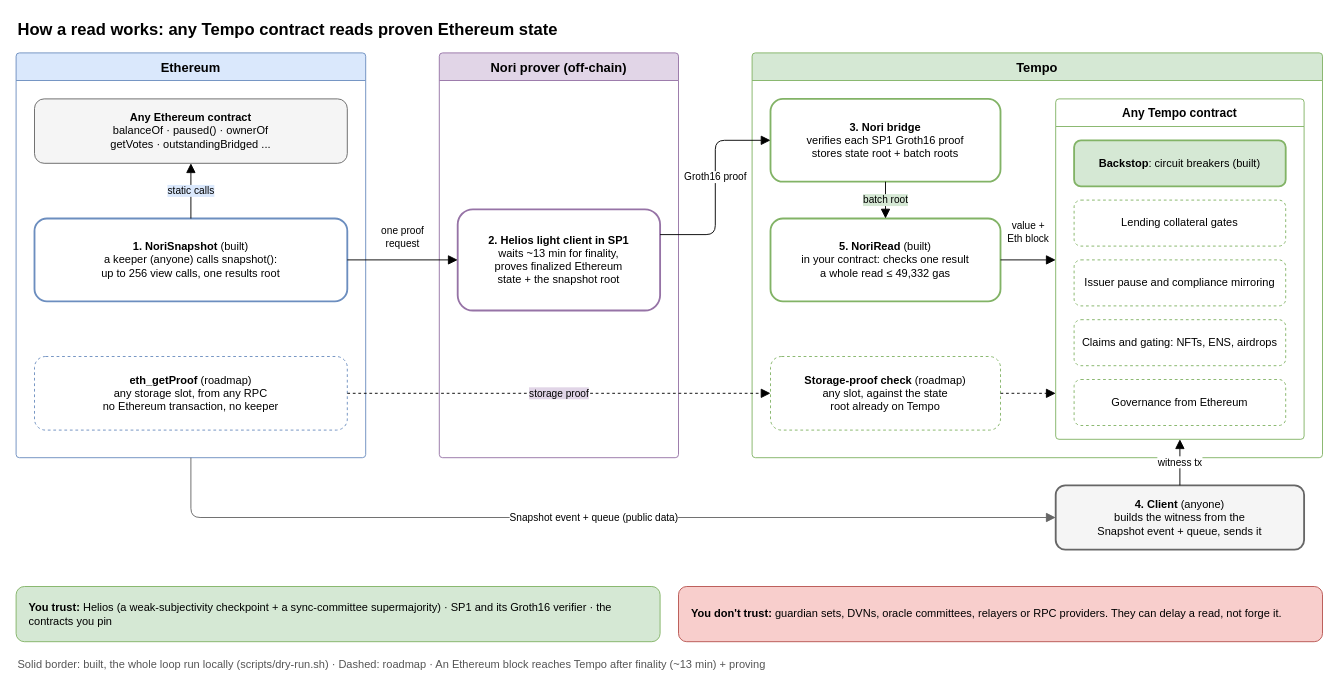
This is docs/how-it-works.drawio from Nori-zk/nori-worldsfair-submission-tempo, a draw.io file, before an edit. Source tidied: cells renumbered, new cells numbered last; positions are measured from the earlier drawing's top-left corner, leaving out a move shared by most shapes. Both pictures are drawn from the tidied source at 92%, with x=0, y=0 at pixel (16, 16).
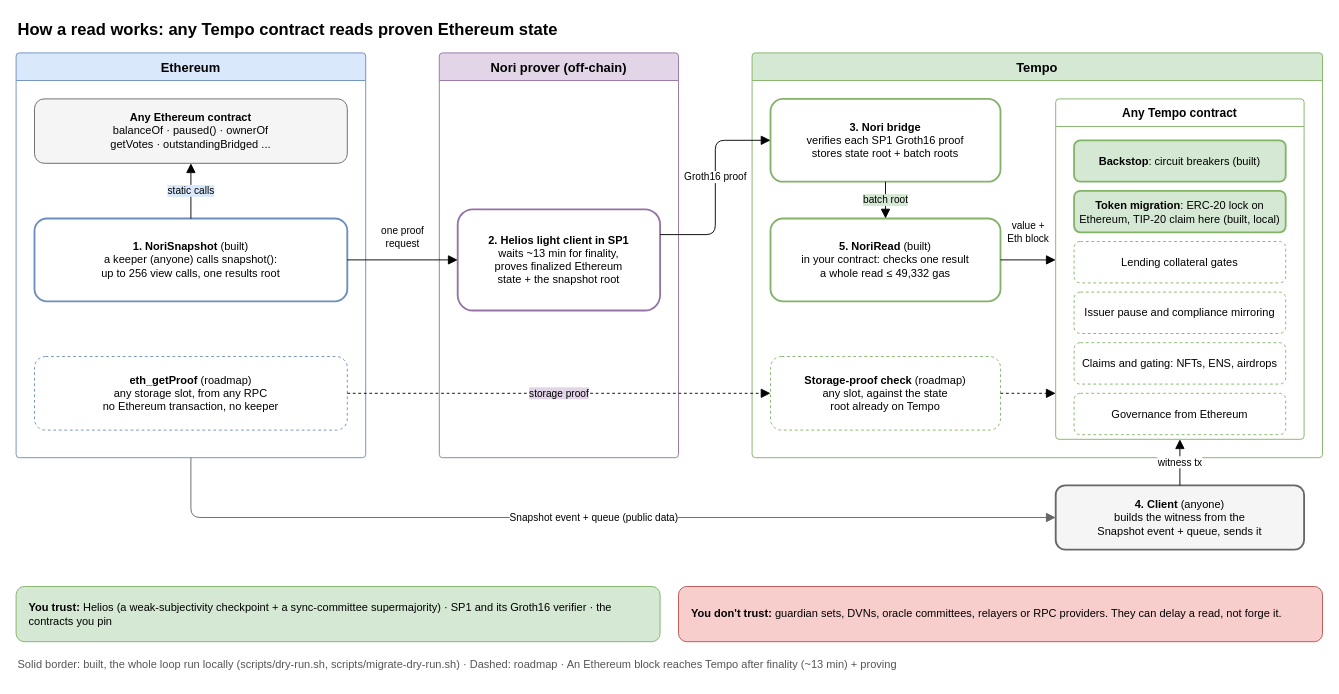
After the change.

Unchanged cells that the change refers to:
```xml
<mxCell id="13" value="Any Tempo contract" style="swimlane;startSize=30;fillColor=#ffffff;strokeColor=#82b366;fontStyle=1;fontSize=13;rounded=1;arcSize=4;" parent="9" vertex="1">
  <mxGeometry x="330" y="50" width="270" height="370" as="geometry" />
</mxCell>
```

The edit, as a diff of the source:
```diff
@@
     <mxCell id="14" value="&lt;b&gt;Backstop&lt;/b&gt;: circuit breakers (built)" style="rounded=1;whiteSpace=wrap;html=1;fillColor=#d5e8d4;strokeColor=#82b366;strokeWidth=2;" parent="13" vertex="1">
-      <mxGeometry x="20" y="45" width="230" height="50" as="geometry" />
+      <mxGeometry x="20" y="45" width="230" height="45" as="geometry" />
     </mxCell>
+    <mxCell id="32" value="&lt;b&gt;Token migration&lt;/b&gt;: ERC-20 lock on Ethereum, TIP-20 claim here (built, local)" style="rounded=1;whiteSpace=wrap;html=1;fillColor=#d5e8d4;strokeColor=#82b366;strokeWidth=2;" parent="13" vertex="1">
+      <mxGeometry x="20" y="100" width="230" height="45" as="geometry" />
+    </mxCell>
     <mxCell id="15" value="Lending collateral gates" style="rounded=1;whiteSpace=wrap;html=1;fillColor=#ffffff;strokeColor=#82b366;dashed=1;" parent="13" vertex="1">
-      <mxGeometry x="20" y="110" width="230" height="50" as="geometry" />
+      <mxGeometry x="20" y="155" width="230" height="45" as="geometry" />
     </mxCell>
     <mxCell id="16" value="Issuer pause and compliance mirroring" style="rounded=1;whiteSpace=wrap;html=1;fillColor=#ffffff;strokeColor=#82b366;dashed=1;" parent="13" vertex="1">
-      <mxGeometry x="20" y="175" width="230" height="50" as="geometry" />
+      <mxGeometry x="20" y="210" width="230" height="45" as="geometry" />
     </mxCell>
     <mxCell id="17" value="Claims and gating: NFTs, ENS, airdrops" style="rounded=1;whiteSpace=wrap;html=1;fillColor=#ffffff;strokeColor=#82b366;dashed=1;" parent="13" vertex="1">
-      <mxGeometry x="20" y="240" width="230" height="50" as="geometry" />
+      <mxGeometry x="20" y="265" width="230" height="45" as="geometry" />
     </mxCell>
     <mxCell id="18" value="Governance from Ethereum" style="rounded=1;whiteSpace=wrap;html=1;fillColor=#ffffff;strokeColor=#82b366;dashed=1;" parent="13" vertex="1">
-      <mxGeometry x="20" y="305" width="230" height="50" as="geometry" />
+      <mxGeometry x="20" y="320" width="230" height="45" as="geometry" />
     </mxCell>
@@
-    <mxCell id="31" value="Solid border: built, the whole loop run locally (scripts/dry-run.sh) · Dashed: roadmap · An Ethereum block reaches Tempo after finality (~13 min) + proving" style="text;html=1;align=left;verticalAlign=middle;fontSize=12;fontColor=#555555;" parent="1" vertex="1">
+    <mxCell id="31" value="Solid border: built, the whole loop run locally (scripts/dry-run.sh, scripts/migrate-dry-run.sh) · Dashed: roadmap · An Ethereum block reaches Tempo after finality (~13 min) + proving" style="text;html=1;align=left;verticalAlign=middle;fontSize=12;fontColor=#555555;" parent="1" vertex="1">
       <mxGeometry y="690" width="1420" height="30" as="geometry" />
     </mxCell>
```
